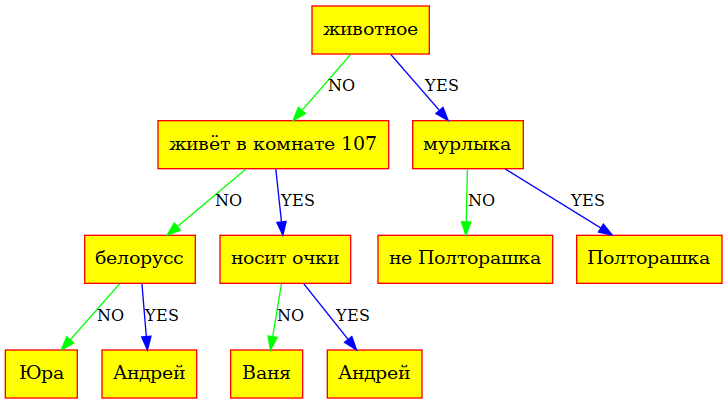
Earlier version of the Graphviz export Akinator/graphviz.png (vihlancevk/Akinator). Its source is kept beside it as Akinator/graphviz.gv.
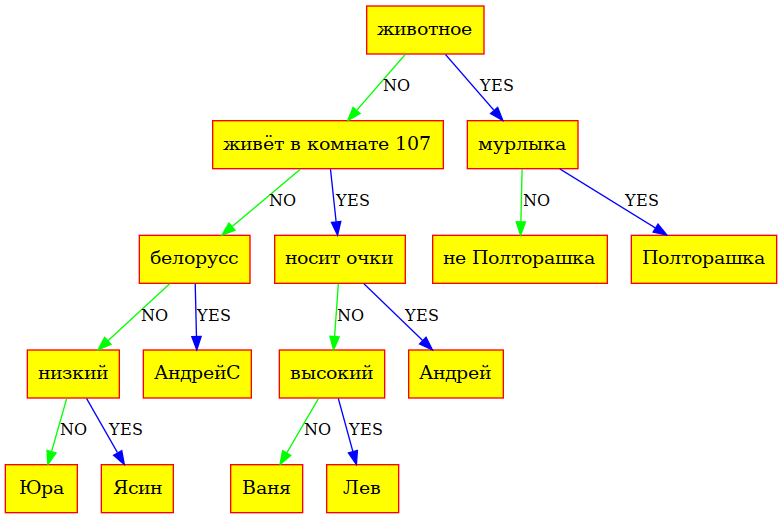
The same file after the commit.

What changed in the source:
```diff
@@ -7,24 +7,32 @@
 	2[shape=record, style="filled", fillcolor="yellow", label="животное"];
 	3[shape=record, style="filled", fillcolor="yellow", label="живёт  в  комнате  107"];
 	4[shape=record, style="filled", fillcolor="yellow", label="белорусс"];
-	5[shape=record, style="filled", fillcolor="yellow", label="Юра"];
-	6[shape=record, style="filled", fillcolor="yellow", label="Андрей"];
-	7[shape=record, style="filled", fillcolor="yellow", label="носит очки"];
-	8[shape=record, style="filled", fillcolor="yellow", label="Ваня"];
-	9[shape=record, style="filled", fillcolor="yellow", label="Андрей"];
-	10[shape=record, style="filled", fillcolor="yellow", label="мурлыка"];
-	11[shape=record, style="filled", fillcolor="yellow", label="не  Полторашка"];
-	12[shape=record, style="filled", fillcolor="yellow", label="Полторашка"];
+	5[shape=record, style="filled", fillcolor="yellow", label="низкий"];
+	6[shape=record, style="filled", fillcolor="yellow", label="Юра"];
+	7[shape=record, style="filled", fillcolor="yellow", label="Ясин"];
+	8[shape=record, style="filled", fillcolor="yellow", label="АндрейС"];
+	9[shape=record, style="filled", fillcolor="yellow", label="носит очки"];
+	10[shape=record, style="filled", fillcolor="yellow", label="высокий"];
+	11[shape=record, style="filled", fillcolor="yellow", label="Ваня"];
+	12[shape=record, style="filled", fillcolor="yellow", label="Лев"];
+	13[shape=record, style="filled", fillcolor="yellow", label="Андрей"];
+	14[shape=record, style="filled", fillcolor="yellow", label="мурлыка"];
+	15[shape=record, style="filled", fillcolor="yellow", label="не  Полторашка"];
+	16[shape=record, style="filled", fillcolor="yellow", label="Полторашка"];
 
 	2 -> 3[color="green", label="NO", fontsize=12]
-	2 -> 10[color="blue", label="YES", fontsize=12]
+	2 -> 14[color="blue", label="YES", fontsize=12]
 	3 -> 4[color="green", label="NO", fontsize=12]
-	3 -> 7[color="blue", label="YES", fontsize=12]
+	3 -> 9[color="blue", label="YES", fontsize=12]
 	4 -> 5[color="green", label="NO", fontsize=12]
-	4 -> 6[color="blue", label="YES", fontsize=12]
-	7 -> 8[color="green", label="NO", fontsize=12]
-	7 -> 9[color="blue", label="YES", fontsize=12]
+	4 -> 8[color="blue", label="YES", fontsize=12]
+	5 -> 6[color="green", label="NO", fontsize=12]
+	5 -> 7[color="blue", label="YES", fontsize=12]
+	9 -> 10[color="green", label="NO", fontsize=12]
+	9 -> 13[color="blue", label="YES", fontsize=12]
 	10 -> 11[color="green", label="NO", fontsize=12]
 	10 -> 12[color="blue", label="YES", fontsize=12]
+	14 -> 15[color="green", label="NO", fontsize=12]
+	14 -> 16[color="blue", label="YES", fontsize=12]
 
 }
```
